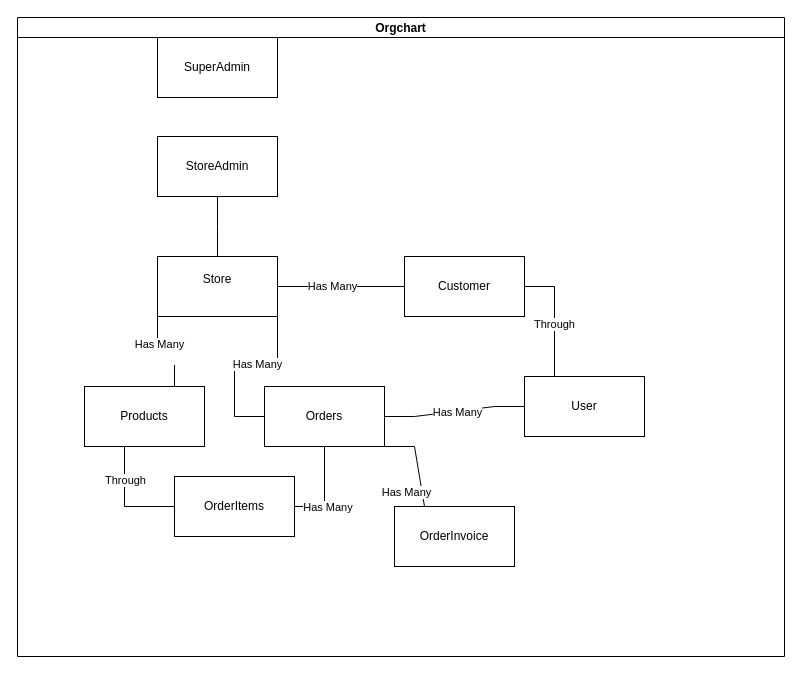
Above: StoreFront.drawio in Pwalker86/store (draw.io), before the change. Source tidied: cells renumbered, new cells numbered last; positions are measured from the earlier drawing's top-left corner, leaving out a move shared by most shapes. Both pictures are drawn from the tidied source at 100%, with x=0, y=0 at pixel (17, 17).
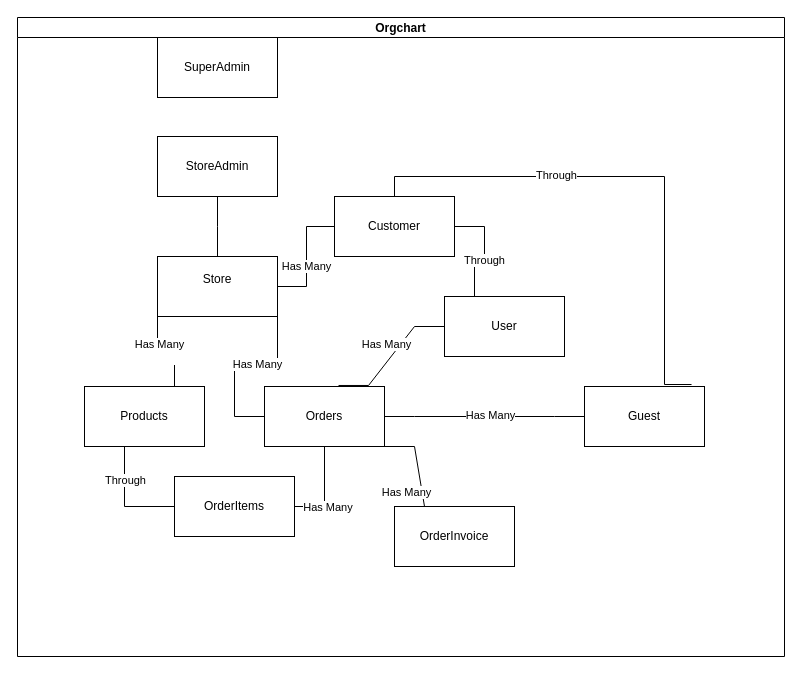
Above is the later version.

Unchanged cells that the change refers to:
```xml
<mxCell id="2" value="Orgchart" style="swimlane;startSize=20;horizontal=1;containerType=tree;newEdgeStyle={&quot;edgeStyle&quot;:&quot;elbowEdgeStyle&quot;,&quot;startArrow&quot;:&quot;none&quot;,&quot;endArrow&quot;:&quot;none&quot;};" parent="1" vertex="1">
  <mxGeometry width="767" height="639" as="geometry" />
</mxCell>
<mxCell id="18" value="&lt;div&gt;Orders&lt;/div&gt;" style="whiteSpace=wrap;html=1;align=center;newEdgeStyle={&quot;edgeStyle&quot;:&quot;elbowEdgeStyle&quot;,&quot;startArrow&quot;:&quot;none&quot;,&quot;endArrow&quot;:&quot;none&quot;};" parent="2" vertex="1">
  <mxGeometry x="247" y="369" width="120" height="60" as="geometry" />
</mxCell>
```

Change to the diagram source:
```diff
@@
-    <mxCell id="16" style="edgeStyle=entityRelationEdgeStyle;rounded=0;jettySize=auto;html=1;startArrow=none;endArrow=none;entryX=0;entryY=0.5;entryDx=0;entryDy=0;" parent="2" edge="1" source="18" target="22">
+    <mxCell id="16" style="edgeStyle=entityRelationEdgeStyle;rounded=0;jettySize=auto;html=1;startArrow=none;endArrow=none;entryX=0;entryY=0.5;entryDx=0;entryDy=0;exitX=0.617;exitY=-0.017;exitDx=0;exitDy=0;exitPerimeter=0;" parent="2" edge="1" source="18" target="22">
       <mxGeometry relative="1" as="geometry" />
     </mxCell>
@@
     <mxCell id="22" value="&lt;div&gt;User&lt;/div&gt;" style="whiteSpace=wrap;html=1;align=center;newEdgeStyle={&quot;edgeStyle&quot;:&quot;elbowEdgeStyle&quot;,&quot;startArrow&quot;:&quot;none&quot;,&quot;endArrow&quot;:&quot;none&quot;};" parent="2" vertex="1">
-      <mxGeometry x="507" y="359" width="120" height="60" as="geometry" />
+      <mxGeometry x="427" y="279" width="120" height="60" as="geometry" />
     </mxCell>
@@
     <mxCell id="25" value="&lt;div&gt;Customer&lt;/div&gt;" style="whiteSpace=wrap;html=1;align=center;newEdgeStyle={&quot;edgeStyle&quot;:&quot;elbowEdgeStyle&quot;,&quot;startArrow&quot;:&quot;none&quot;,&quot;endArrow&quot;:&quot;none&quot;};" parent="2" vertex="1">
-      <mxGeometry x="387" y="239" width="120" height="60" as="geometry" />
+      <mxGeometry x="317" y="179" width="120" height="60" as="geometry" />
     </mxCell>
@@
+    <mxCell id="30" style="edgeStyle=entityRelationEdgeStyle;rounded=0;jettySize=auto;html=1;startArrow=none;endArrow=none;entryX=1;entryY=0.5;entryDx=0;entryDy=0;" parent="2" edge="1" source="34" target="18">
+      <mxGeometry relative="1" as="geometry" />
+    </mxCell>
+    <mxCell id="31" value="Has Many" style="edgeLabel;html=1;align=center;verticalAlign=middle;" parent="30" vertex="1">
+      <mxGeometry x="-0.43" y="-2" relative="1" as="geometry">
+        <mxPoint x="-38" as="offset" />
+      </mxGeometry>
+    </mxCell>
+    <mxCell id="32" style="edgeStyle=orthogonalEdgeStyle;rounded=0;jettySize=auto;html=1;startArrow=none;endArrow=none;entryX=0.5;entryY=0;entryDx=0;entryDy=0;exitX=0.892;exitY=-0.033;exitDx=0;exitDy=0;exitPerimeter=0;" parent="2" edge="1" source="34" target="25">
+      <mxGeometry relative="1" as="geometry">
+        <Array as="points">
+          <mxPoint x="647" y="367" />
+          <mxPoint x="647" y="159" />
+          <mxPoint x="377" y="159" />
+        </Array>
+      </mxGeometry>
+    </mxCell>
+    <mxCell id="33" value="Through" style="edgeLabel;html=1;align=center;verticalAlign=middle;" parent="32" vertex="1">
+      <mxGeometry x="0.31" y="-2" relative="1" as="geometry" />
+    </mxCell>
+    <mxCell id="34" value="Guest" style="whiteSpace=wrap;html=1;align=center;newEdgeStyle={&quot;edgeStyle&quot;:&quot;elbowEdgeStyle&quot;,&quot;startArrow&quot;:&quot;none&quot;,&quot;endArrow&quot;:&quot;none&quot;};" parent="2" vertex="1">
+      <mxGeometry x="567" y="369" width="120" height="60" as="geometry" />
+    </mxCell>
```
